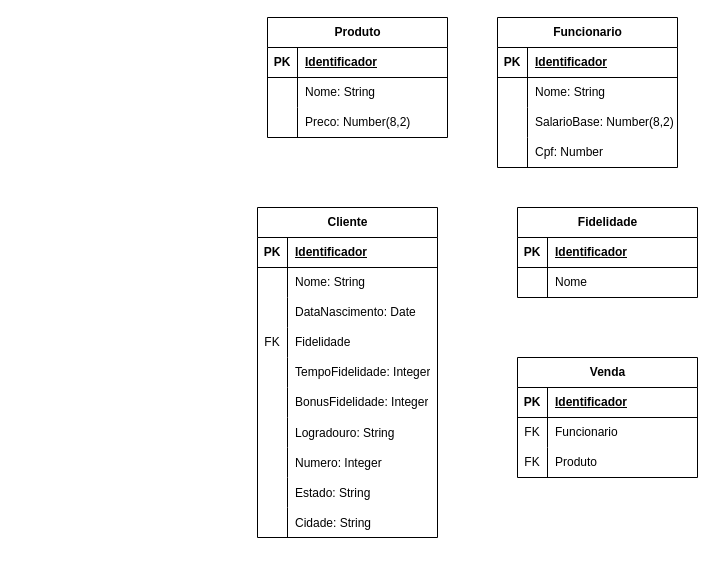
This is exercicios/exerc.drawio from LarissaAsito/DevInHouseM2S06, a draw.io file, before an edit. Source tidied: cells renumbered, new cells numbered last; positions are measured from the earlier drawing's top-left corner, leaving out a move shared by most shapes. Both pictures are drawn from the tidied source at 100%, with x=0, y=0 at pixel (257, 17).
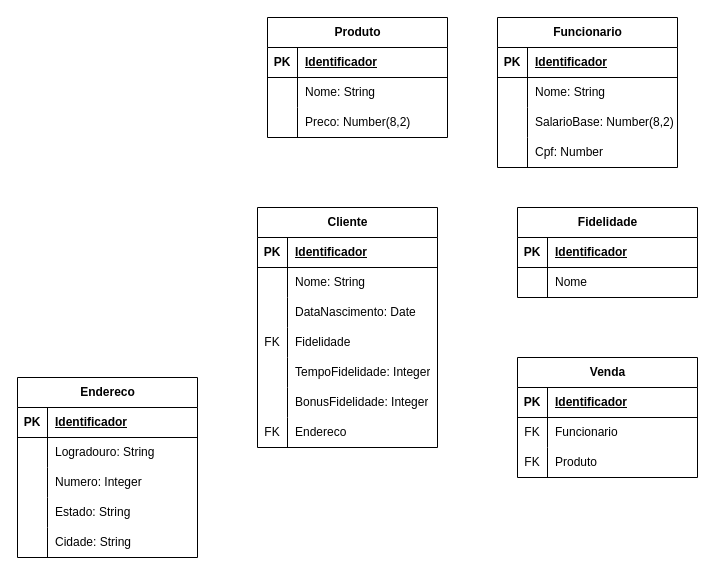
The same page after the edit.

Commit message:
Modificando exercicio 6

Unchanged cells that the change refers to:
```xml
<mxCell id="44" style="shape=tableRow;horizontal=0;startSize=0;swimlaneHead=0;swimlaneBody=0;fillColor=none;top=0;left=0;right=0;bottom=0;" parent="25" vertex="1">
  <mxGeometry y="210" width="180" height="30" as="geometry" />
</mxCell>
```

What changed in the source:
```diff
@@
     <mxCell id="25" value="Cliente" style="shape=table;startSize=30;childLayout=tableLayout;rowLines=0;fontStyle=1;align=center;html=1;" parent="1" vertex="1">
-      <mxGeometry y="190" width="180" height="330" as="geometry" />
+      <mxGeometry y="190" width="180" height="240" as="geometry" />
     </mxCell>
@@
-    <mxCell id="45" style="shape=partialRectangle;fillColor=none;top=0;left=0;bottom=0;right=0;overflow=hidden;" parent="44" vertex="1">
-      <mxGeometry width="30" height="30" as="geometry" />
-    </mxCell>
-    <mxCell id="46" value="Logradouro: String" style="shape=partialRectangle;fillColor=none;top=0;left=0;bottom=0;right=0;align=left;spacingLeft=6;overflow=hidden;" parent="44" vertex="1">
-      <mxGeometry x="30" width="150" height="30" as="geometry" />
-    </mxCell>
-    <mxCell id="47" style="shape=tableRow;horizontal=0;startSize=0;swimlaneHead=0;swimlaneBody=0;fillColor=none;top=0;left=0;right=0;bottom=0;" parent="25" vertex="1">
-      <mxGeometry y="240" width="180" height="30" as="geometry" />
-    </mxCell>
-    <mxCell id="48" style="shape=partialRectangle;fillColor=none;top=0;left=0;bottom=0;right=0;overflow=hidden;" parent="47" vertex="1">
-      <mxGeometry width="30" height="30" as="geometry" />
-    </mxCell>
-    <mxCell id="49" value="Numero: Integer" style="shape=partialRectangle;fillColor=none;top=0;left=0;bottom=0;right=0;align=left;spacingLeft=6;overflow=hidden;" parent="47" vertex="1">
-      <mxGeometry x="30" width="150" height="30" as="geometry" />
-    </mxCell>
-    <mxCell id="50" style="shape=tableRow;horizontal=0;startSize=0;swimlaneHead=0;swimlaneBody=0;fillColor=none;top=0;left=0;right=0;bottom=0;" parent="25" vertex="1">
-      <mxGeometry y="270" width="180" height="30" as="geometry" />
-    </mxCell>
-    <mxCell id="51" style="shape=partialRectangle;fillColor=none;top=0;left=0;bottom=0;right=0;overflow=hidden;" parent="50" vertex="1">
-      <mxGeometry width="30" height="30" as="geometry" />
-    </mxCell>
-    <mxCell id="52" value="Estado: String" style="shape=partialRectangle;fillColor=none;top=0;left=0;bottom=0;right=0;align=left;spacingLeft=6;overflow=hidden;" parent="50" vertex="1">
-      <mxGeometry x="30" width="150" height="30" as="geometry" />
-    </mxCell>
-    <mxCell id="53" style="shape=tableRow;horizontal=0;startSize=0;swimlaneHead=0;swimlaneBody=0;fillColor=none;top=0;left=0;right=0;bottom=0;" parent="25" vertex="1">
-      <mxGeometry y="300" width="180" height="30" as="geometry" />
-    </mxCell>
-    <mxCell id="54" style="shape=partialRectangle;fillColor=none;top=0;left=0;bottom=0;right=0;overflow=hidden;" parent="53" vertex="1">
-      <mxGeometry width="30" height="30" as="geometry" />
-    </mxCell>
-    <mxCell id="55" value="Cidade: String" style="shape=partialRectangle;fillColor=none;top=0;left=0;bottom=0;right=0;align=left;spacingLeft=6;overflow=hidden;" parent="53" vertex="1">
-      <mxGeometry x="30" width="150" height="30" as="geometry" />
-    </mxCell>
+    <mxCell id="73" value="FK" style="shape=partialRectangle;fillColor=none;top=0;left=0;bottom=0;right=0;fontStyle=0;overflow=hidden;whiteSpace=wrap;html=1;" parent="44" vertex="1">
+      <mxGeometry width="30" height="30" as="geometry" />
+    </mxCell>
+    <mxCell id="74" value="Endereco" style="shape=partialRectangle;fillColor=none;top=0;left=0;bottom=0;right=0;align=left;spacingLeft=6;fontStyle=0;overflow=hidden;whiteSpace=wrap;html=1;" parent="44" vertex="1">
+      <mxGeometry x="30" width="150" height="30" as="geometry" />
+    </mxCell>
@@
+    <mxCell id="75" value="Endereco" style="shape=table;startSize=30;childLayout=tableLayout;rowLines=0;fontStyle=1;align=center;html=1;" parent="1" vertex="1">
+      <mxGeometry x="-240" y="360" width="180" height="180" as="geometry" />
+    </mxCell>
+    <mxCell id="76" style="shape=tableRow;horizontal=0;startSize=0;swimlaneHead=0;swimlaneBody=0;fillColor=none;top=0;left=0;right=0;bottom=1;" parent="75" vertex="1">
+      <mxGeometry y="30" width="180" height="30" as="geometry" />
+    </mxCell>
+    <mxCell id="77" value="PK" style="shape=partialRectangle;fillColor=none;top=0;left=0;bottom=0;right=0;fontStyle=1;overflow=hidden;whiteSpace=wrap;html=1;" parent="76" vertex="1">
+      <mxGeometry width="30" height="30" as="geometry" />
+    </mxCell>
+    <mxCell id="78" value="Identificador" style="shape=partialRectangle;fillColor=none;top=0;left=0;bottom=0;right=0;align=left;spacingLeft=6;fontStyle=5;overflow=hidden;whiteSpace=wrap;html=1;" parent="76" vertex="1">
+      <mxGeometry x="30" width="150" height="30" as="geometry" />
+    </mxCell>
+    <mxCell id="79" style="shape=tableRow;horizontal=0;startSize=0;swimlaneHead=0;swimlaneBody=0;fillColor=none;top=0;left=0;right=0;bottom=0;" parent="75" vertex="1">
+      <mxGeometry y="60" width="180" height="30" as="geometry" />
+    </mxCell>
+    <mxCell id="80" style="shape=partialRectangle;fillColor=none;top=0;left=0;bottom=0;right=0;overflow=hidden;whiteSpace=wrap;html=1;" parent="79" vertex="1">
+      <mxGeometry width="30" height="30" as="geometry" />
+    </mxCell>
+    <mxCell id="46" value="Logradouro: String" style="shape=partialRectangle;fillColor=none;top=0;left=0;bottom=0;right=0;align=left;spacingLeft=6;overflow=hidden;whiteSpace=wrap;html=1;" parent="79" vertex="1">
+      <mxGeometry x="30" width="150" height="30" as="geometry" />
+    </mxCell>
+    <mxCell id="81" style="shape=tableRow;horizontal=0;startSize=0;swimlaneHead=0;swimlaneBody=0;fillColor=none;top=0;left=0;right=0;bottom=0;" parent="75" vertex="1">
+      <mxGeometry y="90" width="180" height="30" as="geometry" />
+    </mxCell>
+    <mxCell id="82" style="shape=partialRectangle;fillColor=none;top=0;left=0;bottom=0;right=0;overflow=hidden;whiteSpace=wrap;html=1;" parent="81" vertex="1">
+      <mxGeometry width="30" height="30" as="geometry" />
+    </mxCell>
+    <mxCell id="49" value="Numero: Integer" style="shape=partialRectangle;fillColor=none;top=0;left=0;bottom=0;right=0;align=left;spacingLeft=6;overflow=hidden;whiteSpace=wrap;html=1;" parent="81" vertex="1">
+      <mxGeometry x="30" width="150" height="30" as="geometry" />
+    </mxCell>
+    <mxCell id="83" style="shape=tableRow;horizontal=0;startSize=0;swimlaneHead=0;swimlaneBody=0;fillColor=none;top=0;left=0;right=0;bottom=0;" parent="75" vertex="1">
+      <mxGeometry y="120" width="180" height="30" as="geometry" />
+    </mxCell>
+    <mxCell id="84" style="shape=partialRectangle;fillColor=none;top=0;left=0;bottom=0;right=0;overflow=hidden;whiteSpace=wrap;html=1;" parent="83" vertex="1">
+      <mxGeometry width="30" height="30" as="geometry" />
+    </mxCell>
+    <mxCell id="52" value="Estado: String" style="shape=partialRectangle;fillColor=none;top=0;left=0;bottom=0;right=0;align=left;spacingLeft=6;overflow=hidden;whiteSpace=wrap;html=1;" parent="83" vertex="1">
+      <mxGeometry x="30" width="150" height="30" as="geometry" />
+    </mxCell>
+    <mxCell id="85" style="shape=tableRow;horizontal=0;startSize=0;swimlaneHead=0;swimlaneBody=0;fillColor=none;top=0;left=0;right=0;bottom=0;" parent="75" vertex="1">
+      <mxGeometry y="150" width="180" height="30" as="geometry" />
+    </mxCell>
+    <mxCell id="86" style="shape=partialRectangle;fillColor=none;top=0;left=0;bottom=0;right=0;overflow=hidden;whiteSpace=wrap;html=1;" parent="85" vertex="1">
+      <mxGeometry width="30" height="30" as="geometry" />
+    </mxCell>
+    <mxCell id="55" value="Cidade: String" style="shape=partialRectangle;fillColor=none;top=0;left=0;bottom=0;right=0;align=left;spacingLeft=6;overflow=hidden;whiteSpace=wrap;html=1;" parent="85" vertex="1">
+      <mxGeometry x="30" width="150" height="30" as="geometry" />
+    </mxCell>
```
